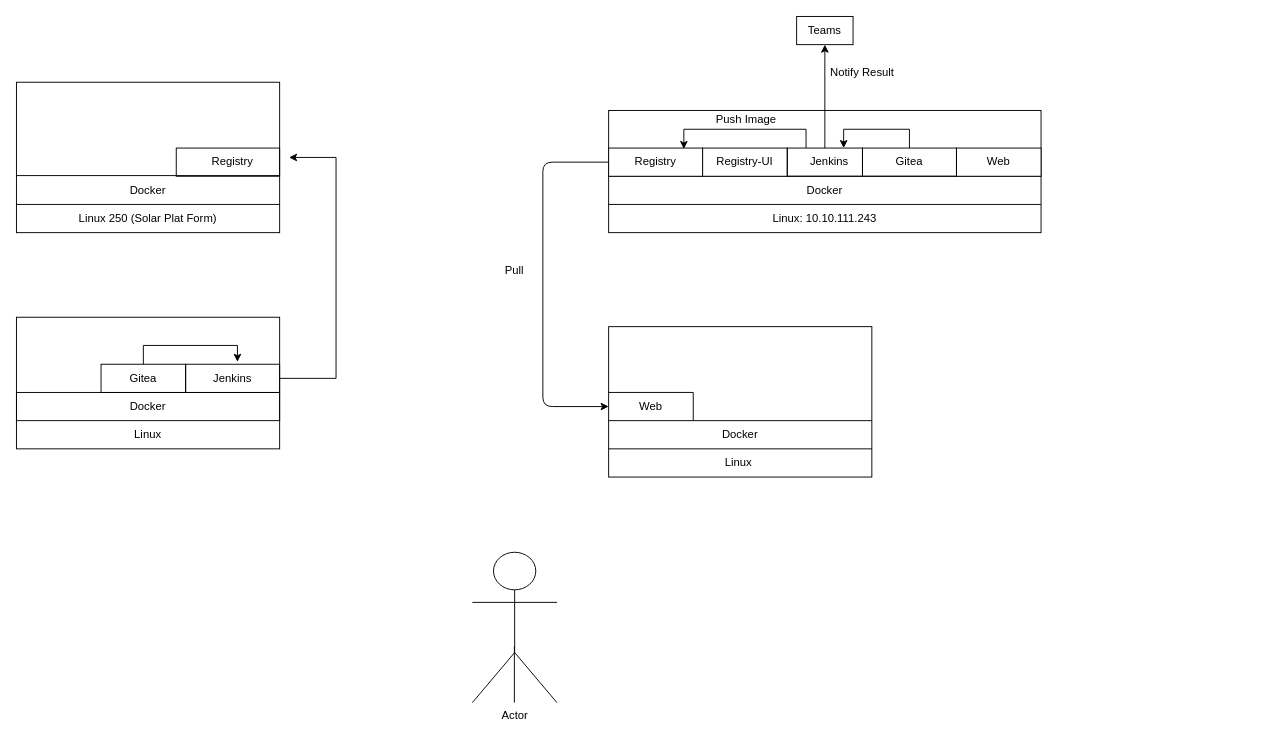
This is Test.drawio from class90431/chrome-diagrams, a draw.io file, before an edit. Source tidied: cells renumbered, new cells numbered last; positions are measured from the earlier drawing's top-left corner, leaving out a move shared by most shapes. Both pictures are drawn from the tidied source at 94%, with x=0, y=0 at pixel (16, 16).
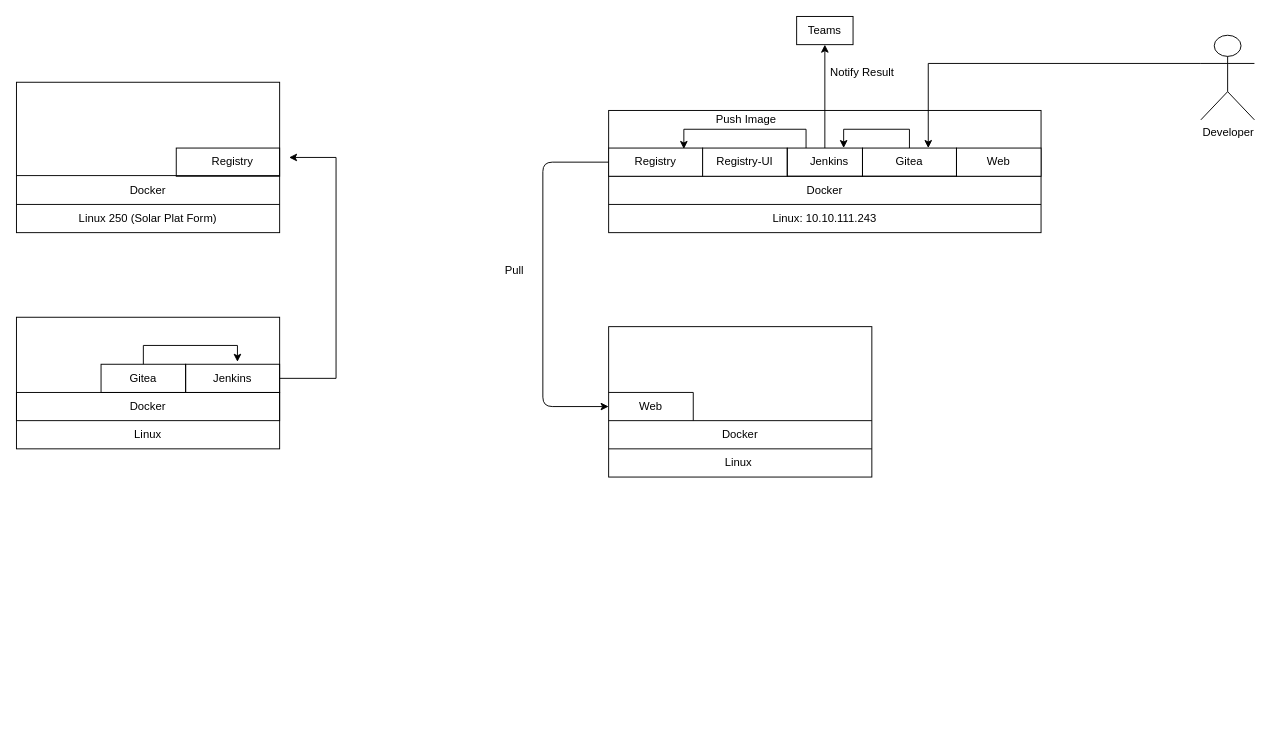
The same diagram, later.

Unchanged cells that the change refers to:
```xml
<mxCell id="43" style="rounded=0;whiteSpace=wrap;html=1;strokeColor=#000000;fillColor=none;" parent="1" vertex="1">
  <mxGeometry x="900" y="140" width="100" height="30" as="geometry" />
</mxCell>
```

Change to the diagram source:
```diff
@@
+    <mxCell id="52" style="edgeStyle=orthogonalEdgeStyle;rounded=0;jettySize=auto;html=1;entryX=0.7;entryY=0;entryDx=0;entryDy=0;entryPerimeter=0;" parent="1" edge="1" source="50" target="43">
+      <mxGeometry relative="1" as="geometry">
+        <Array as="points">
+          <mxPoint x="970" y="50" />
+        </Array>
+      </mxGeometry>
+    </mxCell>
-    <mxCell id="50" value="Actor" style="shape=umlActor;verticalLabelPosition=bottom;verticalAlign=top;html=1;outlineConnect=0;strokeColor=#000000;fillColor=none;" parent="1" vertex="1">
-      <mxGeometry x="485" y="570" width="90" height="160" as="geometry" />
+    <mxCell id="50" value="Developer&lt;br&gt;" style="shape=umlActor;verticalLabelPosition=bottom;verticalAlign=top;html=1;outlineConnect=0;strokeColor=#000000;fillColor=none;" parent="1" vertex="1">
+      <mxGeometry x="1260" y="20" width="57" height="90" as="geometry" />
     </mxCell>
-    <mxCell id="51" style="endArrow=none;html=1;" parent="1" edge="1">
-      <mxGeometry relative="1" as="geometry">
-        <mxPoint x="529.7" y="730" as="sourcePoint" />
-        <mxPoint x="529.7" y="670" as="targetPoint" />
-      </mxGeometry>
-    </mxCell>
```
